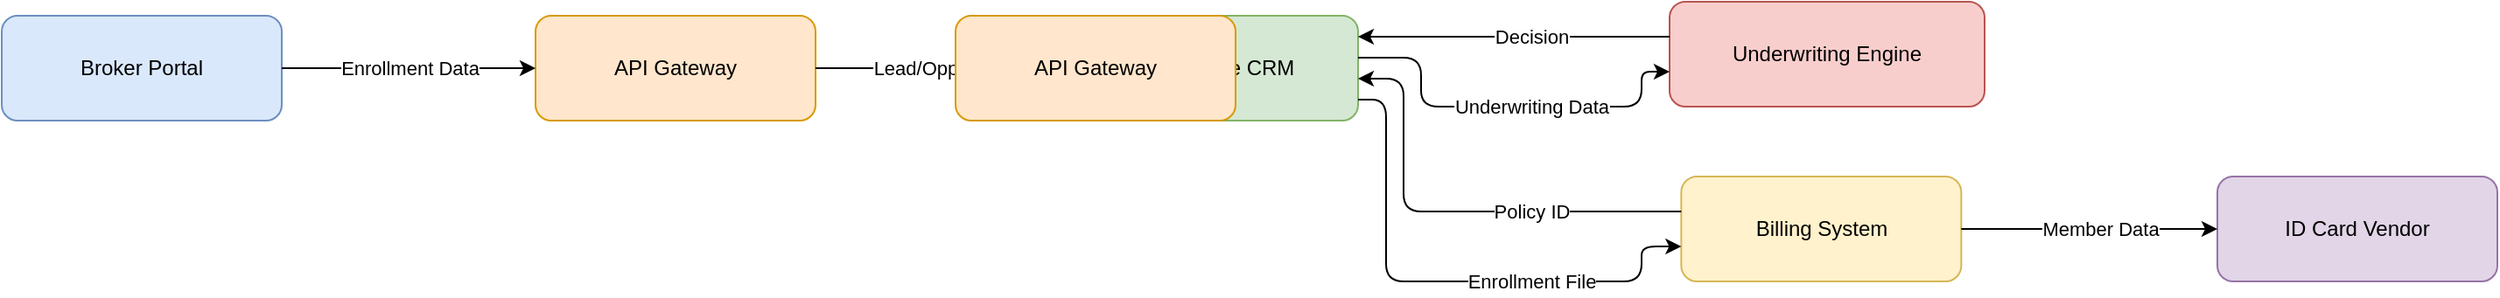
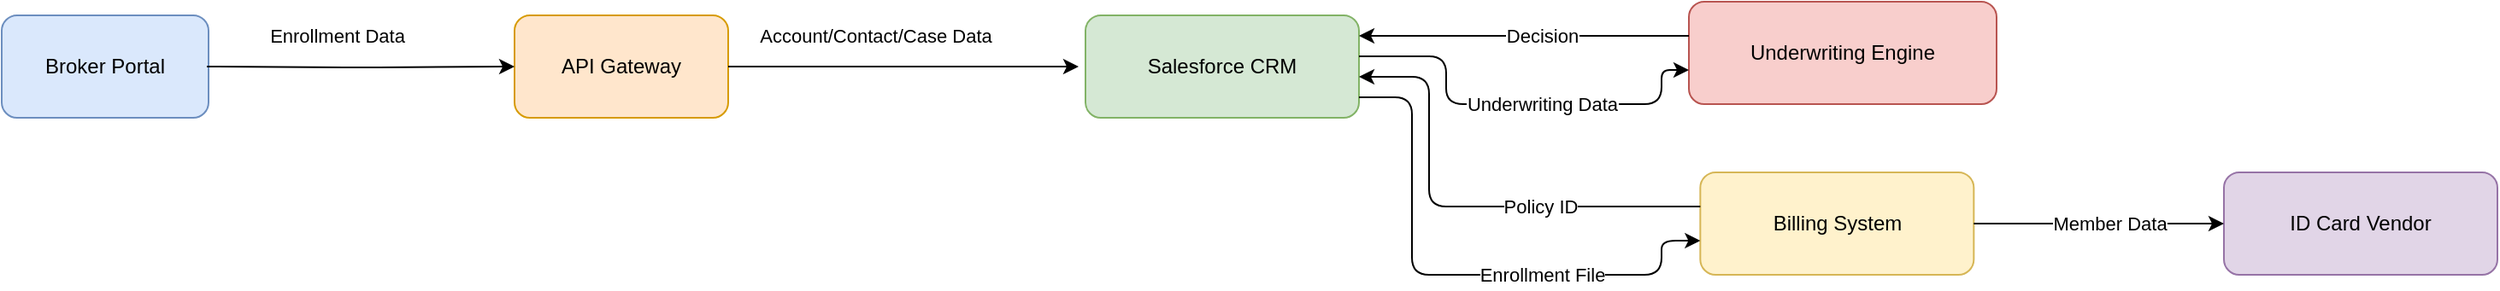
<mxfile host="app.diagrams.net">
  <diagram name="System Integration Architecture" id="9Vauvqn84NRazzozX4L3">
-     <mxGraphModel dx="968" dy="459" grid="1" gridSize="10" guides="1" tooltips="1" connect="1" arrows="1" fold="1" page="1" pageScale="1" pageWidth="1100" pageHeight="850" math="0" shadow="0">
+     <mxGraphModel dx="1219" dy="578" grid="1" gridSize="10" guides="1" tooltips="1" connect="1" arrows="1" fold="1" page="1" pageScale="1" pageWidth="1100" pageHeight="850" math="0" shadow="0">
      <root>
        <mxCell id="0" />
        <mxCell id="1" parent="0" />
        <mxCell id="eThFxNo-xzKgLkLI-Da4-1" parent="1" style="rounded=1;whiteSpace=wrap;html=1;fillColor=#dae8fc;strokeColor=#6c8ebf;" value="Broker Portal" vertex="1">
-           <mxGeometry height="60" width="160" x="410" y="188" as="geometry" />
-         </mxCell>
-         <mxCell id="eThFxNo-xzKgLkLI-Da4-15" edge="1" parent="1" source="eThFxNo-xzKgLkLI-Da4-2" style="edgeStyle=orthogonalEdgeStyle;rounded=0;orthogonalLoop=1;jettySize=auto;html=1;" target="eThFxNo-xzKgLkLI-Da4-14" value="">
-           <mxGeometry relative="1" as="geometry" />
+           <mxGeometry height="60" width="121" x="190" y="188" as="geometry" />
        </mxCell>
        <mxCell id="eThFxNo-xzKgLkLI-Da4-2" parent="1" style="rounded=1;whiteSpace=wrap;html=1;fillColor=#ffe6cc;strokeColor=#d79b00;" value="API Gateway" vertex="1">
-           <mxGeometry height="60" width="160" x="715" y="188" as="geometry" />
+           <mxGeometry height="60" width="125" x="490" y="188" as="geometry" />
        </mxCell>
        <mxCell id="eThFxNo-xzKgLkLI-Da4-3" parent="1" style="rounded=1;whiteSpace=wrap;html=1;fillColor=#d5e8d4;strokeColor=#82b366;" value="Salesforce CRM" vertex="1">
-           <mxGeometry height="60" width="160" x="1025" y="188" as="geometry" />
+           <mxGeometry height="60" width="160" x="824" y="188" as="geometry" />
        </mxCell>
        <mxCell id="eThFxNo-xzKgLkLI-Da4-4" parent="1" style="rounded=1;whiteSpace=wrap;html=1;fillColor=#f8cecc;strokeColor=#b85450;" value="Underwriting Engine" vertex="1">
-           <mxGeometry height="60" width="180" x="1363" y="180" as="geometry" />
+           <mxGeometry height="60" width="180" x="1177" y="180" as="geometry" />
        </mxCell>
        <mxCell id="eThFxNo-xzKgLkLI-Da4-5" parent="1" style="rounded=1;whiteSpace=wrap;html=1;fillColor=#fff2cc;strokeColor=#d6b656;" value="Billing System" vertex="1">
-           <mxGeometry height="60" width="160" x="1369.67" y="280" as="geometry" />
+           <mxGeometry height="60" width="160" x="1183.67" y="280" as="geometry" />
        </mxCell>
        <mxCell id="eThFxNo-xzKgLkLI-Da4-6" parent="1" style="rounded=1;whiteSpace=wrap;html=1;fillColor=#e1d5e7;strokeColor=#9673a6;" value="ID Card Vendor" vertex="1">
-           <mxGeometry height="60" width="160" x="1676" y="280" as="geometry" />
+           <mxGeometry height="60" width="160" x="1490" y="280" as="geometry" />
        </mxCell>
-         <mxCell id="eThFxNo-xzKgLkLI-Da4-7" edge="1" parent="1" source="eThFxNo-xzKgLkLI-Da4-1" style="endArrow=classic;html=1;rounded=1;curved=0;exitX=1;exitY=0.5;entryX=0;entryY=0.5;edgeStyle=orthogonalEdgeStyle;" target="eThFxNo-xzKgLkLI-Da4-2" value="Enrollment Data">
-           <mxGeometry relative="1" x="0.0069" as="geometry">
-             <mxPoint as="offset" />
-             <Array as="points">
-               <mxPoint x="642.5" y="218" />
-             </Array>
+         <mxCell id="eThFxNo-xzKgLkLI-Da4-7" edge="1" parent="1" style="endArrow=classic;html=1;rounded=1;curved=0;edgeStyle=orthogonalEdgeStyle;exitX=1;exitY=0.5;exitDx=0;exitDy=0;entryX=0;entryY=0.5;entryDx=0;entryDy=0;" target="eThFxNo-xzKgLkLI-Da4-2" value="Enrollment Data">
+           <mxGeometry relative="1" x="-0.1538" y="18" as="geometry">
+             <mxPoint x="-1" as="offset" />
+             <Array as="points" />
+             <mxPoint x="310" y="218" as="sourcePoint" />
+             <mxPoint x="530" y="218" as="targetPoint" />
          </mxGeometry>
        </mxCell>
-         <mxCell id="eThFxNo-xzKgLkLI-Da4-8" edge="1" parent="1" source="eThFxNo-xzKgLkLI-Da4-2" style="endArrow=classic;html=1;rounded=1;curved=0;exitX=1;exitY=0.5;entryX=0;entryY=0.5;edgeStyle=orthogonalEdgeStyle;" target="eThFxNo-xzKgLkLI-Da4-3" value="Lead/Opportunity">
-           <mxGeometry relative="1" as="geometry">
+         <mxCell id="eThFxNo-xzKgLkLI-Da4-8" edge="1" parent="1" source="eThFxNo-xzKgLkLI-Da4-2" style="endArrow=classic;html=1;rounded=1;curved=0;edgeStyle=orthogonalEdgeStyle;exitX=1;exitY=0.5;exitDx=0;exitDy=0;entryX=0;entryY=0.5;entryDx=0;entryDy=0;" value="Account/Contact/Case Data">
+           <mxGeometry relative="1" x="-0.1697" y="18" as="geometry">
            <mxPoint as="offset" />
-             <Array as="points">
-               <mxPoint x="950" y="218" />
-             </Array>
+             <Array as="points" />
+             <mxPoint x="660" y="217.95" as="sourcePoint" />
+             <mxPoint x="820" y="218" as="targetPoint" />
          </mxGeometry>
        </mxCell>
        <mxCell id="eThFxNo-xzKgLkLI-Da4-9" edge="1" parent="1" source="eThFxNo-xzKgLkLI-Da4-3" style="endArrow=classic;html=1;rounded=1;curved=0;exitX=1;exitY=0.4;entryX=0;entryY=0.6667;edgeStyle=orthogonalEdgeStyle;" target="eThFxNo-xzKgLkLI-Da4-4" value="Underwriting Data">
          <mxGeometry relative="1" as="geometry">
            <mxPoint x="14" as="offset" />
            <Array as="points">
-               <mxPoint x="1221" y="212" />
-               <mxPoint x="1221" y="240" />
-               <mxPoint x="1347" y="240" />
-               <mxPoint x="1347" y="220" />
+               <mxPoint x="1035" y="212" />
+               <mxPoint x="1035" y="240" />
+               <mxPoint x="1161" y="240" />
+               <mxPoint x="1161" y="220" />
            </Array>
          </mxGeometry>
        </mxCell>
        <mxCell id="eThFxNo-xzKgLkLI-Da4-10" edge="1" parent="1" source="eThFxNo-xzKgLkLI-Da4-4" style="endArrow=classic;html=1;rounded=1;curved=0;exitX=0;exitY=0.3333;entryX=1;entryY=0.2;edgeStyle=orthogonalEdgeStyle;" target="eThFxNo-xzKgLkLI-Da4-3" value="Decision">
          <mxGeometry relative="1" as="geometry">
            <mxPoint x="10" as="offset" />
            <Array as="points">
-               <mxPoint x="1274" y="200" />
+               <mxPoint x="1088" y="200" />
            </Array>
          </mxGeometry>
        </mxCell>
        <mxCell id="eThFxNo-xzKgLkLI-Da4-11" edge="1" parent="1" source="eThFxNo-xzKgLkLI-Da4-3" style="endArrow=classic;html=1;rounded=1;curved=0;exitX=1;exitY=0.8;entryX=0;entryY=0.6667;edgeStyle=orthogonalEdgeStyle;" target="eThFxNo-xzKgLkLI-Da4-5" value="Enrollment File">
          <mxGeometry relative="1" as="geometry">
            <mxPoint x="48.66" as="offset" />
            <Array as="points">
-               <mxPoint x="1201" y="236" />
-               <mxPoint x="1201" y="340" />
-               <mxPoint x="1347" y="340" />
-               <mxPoint x="1347" y="320" />
+               <mxPoint x="1015" y="236" />
+               <mxPoint x="1015" y="340" />
+               <mxPoint x="1161" y="340" />
+               <mxPoint x="1161" y="320" />
            </Array>
          </mxGeometry>
        </mxCell>
        <mxCell id="eThFxNo-xzKgLkLI-Da4-12" edge="1" parent="1" source="eThFxNo-xzKgLkLI-Da4-5" style="endArrow=classic;html=1;rounded=1;curved=0;exitX=0;exitY=0.3333;entryX=1;entryY=0.6;edgeStyle=orthogonalEdgeStyle;" target="eThFxNo-xzKgLkLI-Da4-3" value="Policy ID">
          <mxGeometry relative="1" as="geometry">
            <mxPoint x="44.66" as="offset" />
            <Array as="points">
-               <mxPoint x="1211" y="300" />
-               <mxPoint x="1211" y="224" />
+               <mxPoint x="1025" y="300" />
+               <mxPoint x="1025" y="224" />
            </Array>
          </mxGeometry>
        </mxCell>
        <mxCell id="eThFxNo-xzKgLkLI-Da4-13" edge="1" parent="1" source="eThFxNo-xzKgLkLI-Da4-5" style="endArrow=classic;html=1;rounded=1;curved=0;exitX=1;exitY=0.5;entryX=0;entryY=0.5;edgeStyle=orthogonalEdgeStyle;fillColor=light-dark(#000000,#000099);" target="eThFxNo-xzKgLkLI-Da4-6" value="Member Data">
          <mxGeometry relative="1" as="geometry">
            <mxPoint x="6.66" as="offset" />
            <Array as="points">
-               <mxPoint x="1602.84" y="310" />
+               <mxPoint x="1416.84" y="310" />
            </Array>
          </mxGeometry>
-         </mxCell>
-         <mxCell id="eThFxNo-xzKgLkLI-Da4-14" parent="1" style="rounded=1;whiteSpace=wrap;html=1;fillColor=#ffe6cc;strokeColor=#d79b00;" value="API Gateway" vertex="1">
-           <mxGeometry height="60" width="160" x="955" y="188" as="geometry" />
        </mxCell>
      </root>
    </mxGraphModel>
  </diagram>
</mxfile>
